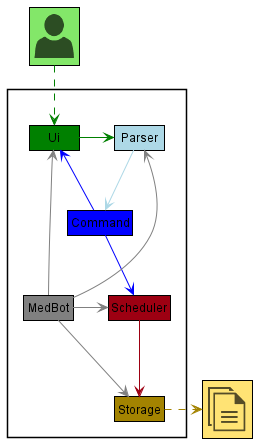
Earlier version of the PlantUML export docs/diagrams/ArchitectureDiagram.png (nus-cs2113-AY2122S1/tp).
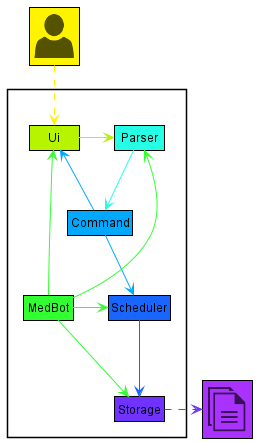
Later version of the same file.

The edit, as a diff of the source:
```diff
@@ -1,7 +1,16 @@
 @startuml ArchitectureDiagram
 !include <office/Concepts/documents>
 !include <office/Users/user>
-!define UI_COLOR #1D8900
+
+
+!define USER_COLOR #FFF400
+!define UI_COLOR #B6F400
+!define MEDBOT_COLOR #32FF32
+!define PARSER_COLOR #26FFE5
+!define COMMAND_COLOR #00A9FF
+!define SCHEDULER_COLOR #1966FF
+!define STORAGE_COLOR #7032FF
+!define DOCUMENT_COLOR #A932FF
 
 hide circle
 hide empty members
@@ -14,28 +23,28 @@
 }
 
 package " "<<Rectangle>>{
-    class MedBot #grey
-    class Ui #green
-    class Parser #lightblue
-    class Command #blue
-    class Scheduler #9D0012
-    class Storage  #A38300
+    class MedBot MEDBOT_COLOR
+    class Ui UI_COLOR
+    class Parser PARSER_COLOR
+    class Command COMMAND_COLOR
+    class Scheduler SCHEDULER_COLOR
+    class Storage  STORAGE_COLOR
 }
 
-class "<$user>" as User  #83E769
-class "<$documents>" as Files  #FFE374
+class "<$user>" as User USER_COLOR
+class "<$documents>" as Files  DOCUMENT_COLOR
 
-User .down[#green].> Ui
-Ui -[#green]left-> Parser
-Parser -[#lightblue]-> Command
-Command -[#blue]-> Scheduler
-Command -[#blue]up-> Ui
-Scheduler -[#9D0012]-> Storage
-MedBot -[#grey]up->Ui
-MedBot -[#grey]-> Storage
-MedBot -[#grey]left-> Parser
-MedBot -[#grey]> Scheduler
-Storage .right[#A38300]..>Files
+User .down[USER_COLOR].> Ui
+Ui -[UI_COLOR]left-> Parser
+Parser -[PARSER_COLOR]-> Command
+Command -[COMMAND_COLOR]-> Scheduler
+Command -[COMMAND_COLOR]up-> Ui
+Scheduler -[SCHEDULER_COLOR]-> Storage
+MedBot -[MEDBOT_COLOR]up->Ui
+MedBot -[MEDBOT_COLOR]-> Storage
+MedBot -[MEDBOT_COLOR]left-> Parser
+MedBot -[MEDBOT_COLOR]> Scheduler
+Storage .right[STORAGE_COLOR]..>Files
 
 
 @enduml
```
